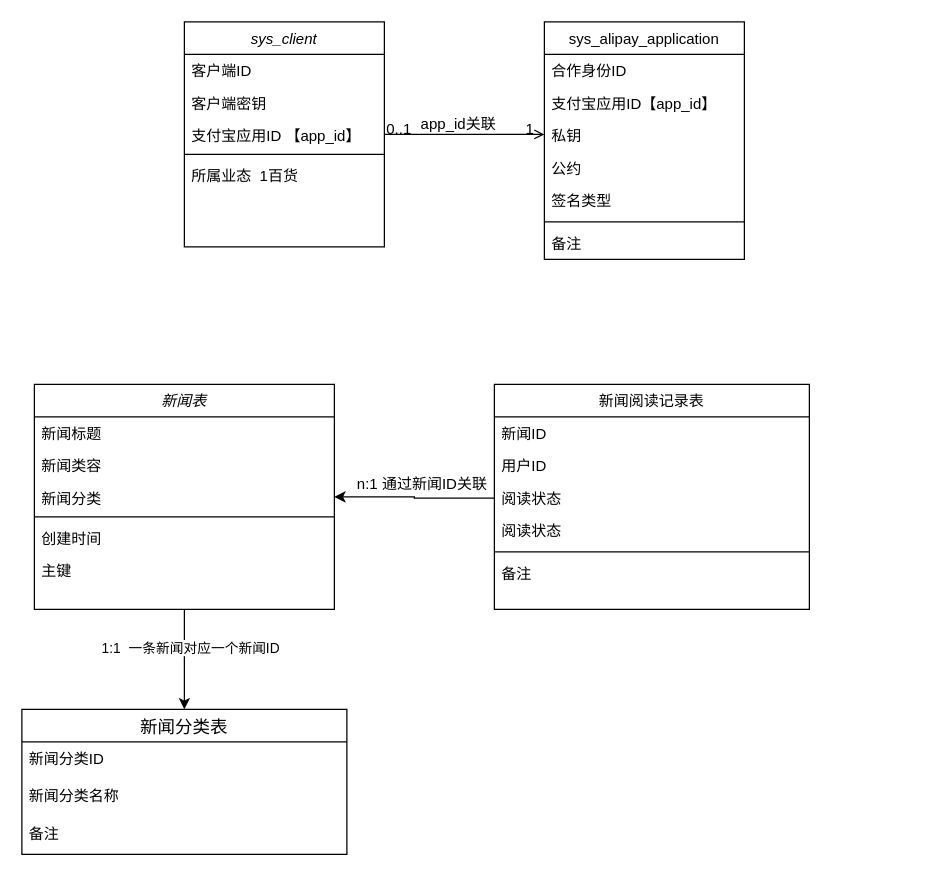
Before: Untitled Diagram.drawio in nayouzhenai/java_web, a draw.io diagram. Source tidied: cells renumbered, new cells numbered last; positions are measured from the earlier drawing's top-left corner, leaving out a move shared by most shapes. Both pictures are drawn from the tidied source at 125%, with x=0, y=0 at pixel (21, 21).
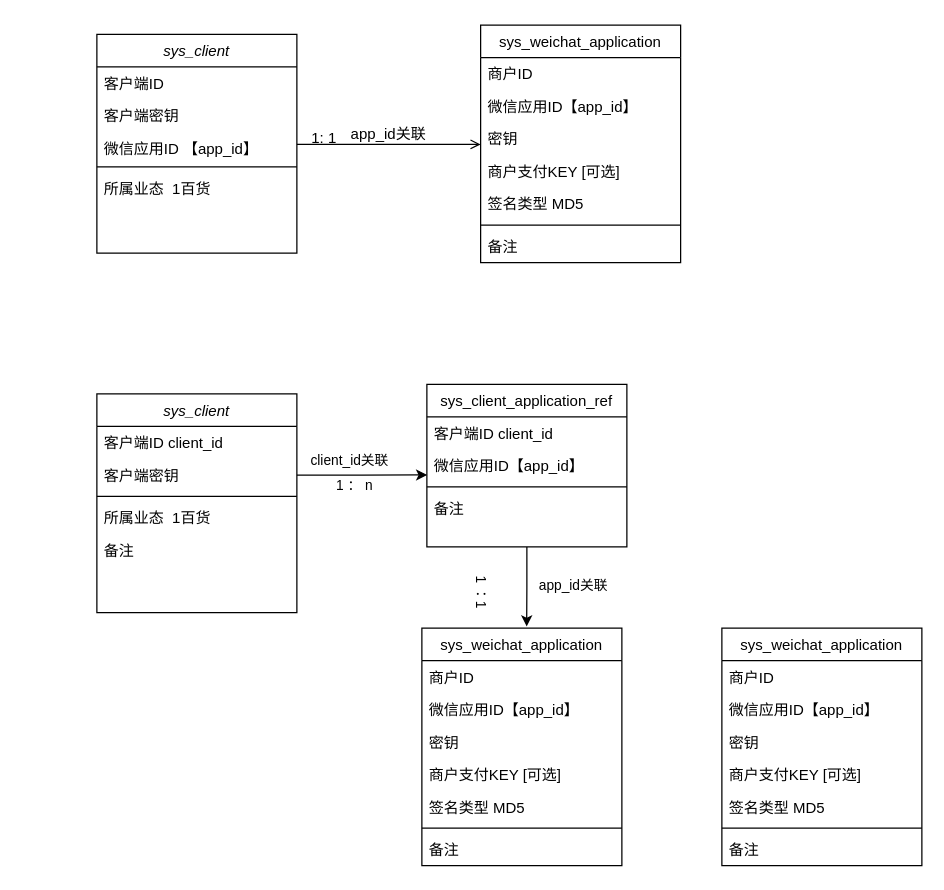
The same page after the edit.

Unchanged cells that the change refers to:
```xml
<mxCell id="16" style="endArrow=open;shadow=0;strokeWidth=1;rounded=0;endFill=1;edgeStyle=elbowEdgeStyle;elbow=vertical;" parent="1" edge="1" source="2" target="8">
  <mxGeometry x="0.5" y="41" relative="1" as="geometry">
    <mxPoint x="-40" y="32" as="offset" />
  </mxGeometry>
</mxCell>
```

Change to the diagram source:
```diff
@@
     <mxCell id="2" value="sys_client" style="swimlane;fontStyle=2;align=center;verticalAlign=top;horizontal=1;startSize=26;rounded=0;shadow=0;strokeWidth=1;" parent="1" vertex="1">
-      <mxGeometry x="130" width="160" height="180" as="geometry" />
+      <mxGeometry x="60" y="10" width="160" height="175" as="geometry" />
     </mxCell>
@@
-    <mxCell id="5" value="支付宝应用ID 【app_id】" style="text;align=left;verticalAlign=top;spacingLeft=4;spacingRight=4;overflow=hidden;rounded=0;shadow=0;html=0;" parent="2" vertex="1">
+    <mxCell id="5" value="微信应用ID 【app_id】" style="text;align=left;verticalAlign=top;spacingLeft=4;spacingRight=4;overflow=hidden;rounded=0;shadow=0;html=0;" parent="2" vertex="1">
       <mxGeometry y="78" width="160" height="24" as="geometry" />
     </mxCell>
@@
-    <mxCell id="8" value="sys_alipay_application" style="swimlane;fontStyle=0;align=center;verticalAlign=top;horizontal=1;startSize=26;rounded=0;shadow=0;strokeWidth=1;" parent="1" vertex="1">
-      <mxGeometry x="418" width="160" height="190" as="geometry" />
+    <mxCell id="8" value="sys_weichat_application" style="swimlane;fontStyle=0;align=center;verticalAlign=top;horizontal=1;startSize=26;rounded=0;shadow=0;strokeWidth=1;" parent="1" vertex="1">
+      <mxGeometry x="367" y="2.5" width="160" height="190" as="geometry" />
     </mxCell>
-    <mxCell id="9" value="合作身份ID" style="text;align=left;verticalAlign=top;spacingLeft=4;spacingRight=4;overflow=hidden;" parent="8" vertex="1">
+    <mxCell id="9" value="商户ID" style="text;align=left;verticalAlign=top;spacingLeft=4;spacingRight=4;overflow=hidden;" parent="8" vertex="1">
       <mxGeometry y="26" width="160" height="26" as="geometry" />
     </mxCell>
-    <mxCell id="10" value="支付宝应用ID【app_id】" style="text;align=left;verticalAlign=top;spacingLeft=4;spacingRight=4;overflow=hidden;rounded=0;shadow=0;html=0;" parent="8" vertex="1">
+    <mxCell id="10" value="微信应用ID【app_id】" style="text;align=left;verticalAlign=top;spacingLeft=4;spacingRight=4;overflow=hidden;rounded=0;shadow=0;html=0;" parent="8" vertex="1">
       <mxGeometry y="52" width="160" height="26" as="geometry" />
     </mxCell>
-    <mxCell id="11" value="私钥" style="text;align=left;verticalAlign=top;spacingLeft=4;spacingRight=4;overflow=hidden;rounded=0;shadow=0;html=0;" parent="8" vertex="1">
+    <mxCell id="11" value="密钥" style="text;align=left;verticalAlign=top;spacingLeft=4;spacingRight=4;overflow=hidden;rounded=0;shadow=0;html=0;" parent="8" vertex="1">
       <mxGeometry y="78" width="160" height="26" as="geometry" />
     </mxCell>
-    <mxCell id="12" value="公约 " style="text;align=left;verticalAlign=top;spacingLeft=4;spacingRight=4;overflow=hidden;rounded=0;shadow=0;html=0;" parent="8" vertex="1">
+    <mxCell id="12" value="商户支付KEY [可选]" style="text;align=left;verticalAlign=top;spacingLeft=4;spacingRight=4;overflow=hidden;rounded=0;shadow=0;html=0;" parent="8" vertex="1">
       <mxGeometry y="104" width="160" height="26" as="geometry" />
     </mxCell>
-    <mxCell id="13" value="签名类型" style="text;align=left;verticalAlign=top;spacingLeft=4;spacingRight=4;overflow=hidden;rounded=0;shadow=0;html=0;" parent="8" vertex="1">
+    <mxCell id="13" value="签名类型 MD5" style="text;align=left;verticalAlign=top;spacingLeft=4;spacingRight=4;overflow=hidden;rounded=0;shadow=0;html=0;" parent="8" vertex="1">
       <mxGeometry y="130" width="160" height="26" as="geometry" />
     </mxCell>
@@
-    <mxCell id="17" value="0..1" style="align=left;verticalAlign=bottom;labelBackgroundColor=none;fontSize=12;" parent="16" vertex="1">
+    <mxCell id="17" value="1: 1 " style="align=left;verticalAlign=bottom;labelBackgroundColor=none;fontSize=12;" parent="16" vertex="1">
       <mxGeometry x="-1" relative="1" as="geometry">
-        <mxPoint y="4" as="offset" />
+        <mxPoint x="10" y="3" as="offset" />
       </mxGeometry>
     </mxCell>
-    <mxCell id="18" value="1" style="align=right;verticalAlign=bottom;labelBackgroundColor=none;fontSize=12;" parent="16" vertex="1">
-      <mxGeometry x="1" relative="1" as="geometry">
-        <mxPoint x="-7" y="4" as="offset" />
-      </mxGeometry>
-    </mxCell>
@@
-    <mxCell id="20" style="edgeStyle=orthogonalEdgeStyle;rounded=0;jettySize=auto;html=1;" parent="1" edge="1" source="22" target="36">
-      <mxGeometry relative="1" as="geometry" />
-    </mxCell>
-    <mxCell id="21" value="1:1&amp;nbsp; 一条新闻对应一个新闻ID" style="edgeLabel;html=1;align=center;verticalAlign=middle;" parent="20" vertex="1">
-      <mxGeometry x="-0.26" y="4" relative="1" as="geometry" />
-    </mxCell>
-    <mxCell id="22" value="新闻表" style="swimlane;fontStyle=2;align=center;verticalAlign=top;horizontal=1;startSize=26;rounded=0;shadow=0;strokeWidth=1;" parent="1" vertex="1">
-      <mxGeometry x="10" y="290" width="240" height="180" as="geometry" />
-    </mxCell>
-    <mxCell id="23" value="新闻标题" style="text;align=left;verticalAlign=top;spacingLeft=4;spacingRight=4;overflow=hidden;" parent="22" vertex="1">
-      <mxGeometry y="26" width="240" height="26" as="geometry" />
-    </mxCell>
-    <mxCell id="24" value="新闻类容" style="text;align=left;verticalAlign=top;spacingLeft=4;spacingRight=4;overflow=hidden;rounded=0;shadow=0;html=0;" parent="22" vertex="1">
-      <mxGeometry y="52" width="240" height="26" as="geometry" />
-    </mxCell>
-    <mxCell id="25" value="新闻分类" style="text;align=left;verticalAlign=top;spacingLeft=4;spacingRight=4;overflow=hidden;points=[[0,0.5],[1,0.5]];portConstraint=eastwest;rounded=0;shadow=0;html=0;" parent="22" vertex="1">
-      <mxGeometry y="78" width="240" height="24" as="geometry" />
-    </mxCell>
-    <mxCell id="26" style="line;html=1;strokeWidth=1;align=left;verticalAlign=middle;spacingTop=-1;spacingLeft=3;spacingRight=3;labelPosition=right;" parent="22" vertex="1">
-      <mxGeometry y="102" width="240" height="8" as="geometry" />
-    </mxCell>
-    <mxCell id="27" value="创建时间" style="text;align=left;verticalAlign=top;spacingLeft=4;spacingRight=4;overflow=hidden;" parent="22" vertex="1">
-      <mxGeometry y="110" width="240" height="26" as="geometry" />
-    </mxCell>
-    <mxCell id="28" value="主键" style="text;align=left;verticalAlign=top;spacingLeft=4;spacingRight=4;overflow=hidden;rounded=0;shadow=0;html=0;" parent="22" vertex="1">
-      <mxGeometry y="136" width="240" height="24" as="geometry" />
-    </mxCell>
-    <mxCell id="29" value="新闻阅读记录表" style="swimlane;fontStyle=0;align=center;verticalAlign=top;horizontal=1;startSize=26;rounded=0;shadow=0;strokeWidth=1;" parent="1" vertex="1">
-      <mxGeometry x="378" y="290" width="252" height="180" as="geometry" />
-    </mxCell>
-    <mxCell id="30" value="新闻ID" style="text;align=left;verticalAlign=top;spacingLeft=4;spacingRight=4;overflow=hidden;" parent="29" vertex="1">
-      <mxGeometry y="26" width="252" height="26" as="geometry" />
-    </mxCell>
-    <mxCell id="31" value="用户ID" style="text;align=left;verticalAlign=top;spacingLeft=4;spacingRight=4;overflow=hidden;rounded=0;shadow=0;html=0;" parent="29" vertex="1">
-      <mxGeometry y="52" width="252" height="26" as="geometry" />
-    </mxCell>
-    <mxCell id="32" value="阅读状态" style="text;align=left;verticalAlign=top;spacingLeft=4;spacingRight=4;overflow=hidden;points=[[0,0.5],[1,0.5]];portConstraint=eastwest;rounded=0;shadow=0;html=0;" parent="29" vertex="1">
-      <mxGeometry y="78" width="252" height="26" as="geometry" />
-    </mxCell>
-    <mxCell id="33" value="阅读状态" style="text;align=left;verticalAlign=top;spacingLeft=4;spacingRight=4;overflow=hidden;rounded=0;shadow=0;html=0;" parent="29" vertex="1">
-      <mxGeometry y="104" width="252" height="26" as="geometry" />
-    </mxCell>
-    <mxCell id="34" style="line;html=1;strokeWidth=1;align=left;verticalAlign=middle;spacingTop=-1;spacingLeft=3;spacingRight=3;labelPosition=right;" parent="29" vertex="1">
-      <mxGeometry y="130" width="252" height="8" as="geometry" />
-    </mxCell>
-    <mxCell id="35" value="备注" style="text;align=left;verticalAlign=top;spacingLeft=4;spacingRight=4;overflow=hidden;" parent="29" vertex="1">
-      <mxGeometry y="138" width="252" height="26" as="geometry" />
-    </mxCell>
-    <mxCell id="36" value="新闻分类表" style="swimlane;fontStyle=0;horizontal=1;startSize=26;align=center;fontSize=14;" parent="1" vertex="1">
-      <mxGeometry y="550" width="260" height="116" as="geometry" />
-    </mxCell>
-    <mxCell id="37" value="新闻分类ID" style="text;strokeColor=none;fillColor=none;spacingLeft=4;spacingRight=4;overflow=hidden;fontSize=12;" parent="36" vertex="1">
-      <mxGeometry y="26" width="260" height="30" as="geometry" />
-    </mxCell>
-    <mxCell id="38" value="新闻分类名称" style="text;strokeColor=none;fillColor=none;spacingLeft=4;spacingRight=4;overflow=hidden;fontSize=12;" parent="36" vertex="1">
-      <mxGeometry y="56" width="260" height="30" as="geometry" />
-    </mxCell>
-    <mxCell id="39" value="备注" style="text;strokeColor=none;fillColor=none;spacingLeft=4;spacingRight=4;overflow=hidden;fontSize=12;" parent="36" vertex="1">
-      <mxGeometry y="86" width="260" height="30" as="geometry" />
-    </mxCell>
-    <mxCell id="40" style="edgeStyle=orthogonalEdgeStyle;rounded=0;jettySize=auto;html=1;entryX=1;entryY=0.5;entryDx=0;entryDy=0;" parent="1" edge="1" source="32" target="25">
-      <mxGeometry relative="1" as="geometry" />
-    </mxCell>
-    <mxCell id="41" value="n:1 通过新闻ID关联" style="text;html=1;align=center;verticalAlign=middle;strokeColor=none;fillColor=none;" parent="1" vertex="1">
-      <mxGeometry x="260" y="360" width="120" height="20" as="geometry" />
-    </mxCell>
+    <mxCell id="42" style="edgeStyle=orthogonalEdgeStyle;rounded=0;jettySize=auto;html=1;entryX=0.524;entryY=-0.007;entryDx=0;entryDy=0;entryPerimeter=0;" parent="1" edge="1" source="43" target="57">
+      <mxGeometry relative="1" as="geometry" />
+    </mxCell>
+    <mxCell id="43" value="sys_client_application_ref" style="swimlane;fontStyle=0;align=center;verticalAlign=top;horizontal=1;startSize=26;rounded=0;shadow=0;strokeWidth=1;" parent="1" vertex="1">
+      <mxGeometry x="324" y="290" width="160" height="130" as="geometry" />
+    </mxCell>
+    <mxCell id="44" value="客户端ID client_id" style="text;align=left;verticalAlign=top;spacingLeft=4;spacingRight=4;overflow=hidden;" parent="43" vertex="1">
+      <mxGeometry y="26" width="160" height="26" as="geometry" />
+    </mxCell>
+    <mxCell id="45" value="微信应用ID【app_id】" style="text;align=left;verticalAlign=top;spacingLeft=4;spacingRight=4;overflow=hidden;points=[[0,0.5],[1,0.5]];portConstraint=eastwest;rounded=0;shadow=0;html=0;" parent="43" vertex="1">
+      <mxGeometry y="52" width="160" height="26" as="geometry" />
+    </mxCell>
+    <mxCell id="46" style="line;html=1;strokeWidth=1;align=left;verticalAlign=middle;spacingTop=-1;spacingLeft=3;spacingRight=3;labelPosition=right;" parent="43" vertex="1">
+      <mxGeometry y="78" width="160" height="8" as="geometry" />
+    </mxCell>
+    <mxCell id="47" value="备注" style="text;align=left;verticalAlign=top;spacingLeft=4;spacingRight=4;overflow=hidden;" parent="43" vertex="1">
+      <mxGeometry y="86" width="160" height="26" as="geometry" />
+    </mxCell>
+    <mxCell id="48" value="sys_client" style="swimlane;fontStyle=2;align=center;verticalAlign=top;horizontal=1;startSize=26;rounded=0;shadow=0;strokeWidth=1;" parent="1" vertex="1">
+      <mxGeometry x="60" y="297.5" width="160" height="175" as="geometry" />
+    </mxCell>
+    <mxCell id="49" value="客户端ID client_id" style="text;align=left;verticalAlign=top;spacingLeft=4;spacingRight=4;overflow=hidden;" parent="48" vertex="1">
+      <mxGeometry y="26" width="160" height="26" as="geometry" />
+    </mxCell>
+    <mxCell id="50" value="客户端密钥" style="text;align=left;verticalAlign=top;spacingLeft=4;spacingRight=4;overflow=hidden;points=[[0,0.5],[1,0.5]];portConstraint=eastwest;rounded=0;shadow=0;html=0;" parent="48" vertex="1">
+      <mxGeometry y="52" width="160" height="26" as="geometry" />
+    </mxCell>
+    <mxCell id="51" style="line;html=1;strokeWidth=1;align=left;verticalAlign=middle;spacingTop=-1;spacingLeft=3;spacingRight=3;labelPosition=right;" parent="48" vertex="1">
+      <mxGeometry y="78" width="160" height="8" as="geometry" />
+    </mxCell>
+    <mxCell id="52" value="所属业态  1百货" style="text;align=left;verticalAlign=top;spacingLeft=4;spacingRight=4;overflow=hidden;" parent="48" vertex="1">
+      <mxGeometry y="86" width="160" height="26" as="geometry" />
+    </mxCell>
+    <mxCell id="53" value="备注" style="text;align=left;verticalAlign=top;spacingLeft=4;spacingRight=4;overflow=hidden;" parent="48" vertex="1">
+      <mxGeometry y="112" width="160" height="26" as="geometry" />
+    </mxCell>
+    <mxCell id="54" style="edgeStyle=orthogonalEdgeStyle;rounded=0;jettySize=auto;html=1;entryX=0.002;entryY=0.786;entryDx=0;entryDy=0;entryPerimeter=0;" parent="1" edge="1" source="50" target="45">
+      <mxGeometry relative="1" as="geometry" />
+    </mxCell>
+    <mxCell id="55" value="1 ： n" style="edgeLabel;html=1;align=center;verticalAlign=middle;" parent="54" vertex="1">
+      <mxGeometry x="-0.3" y="-2" relative="1" as="geometry">
+        <mxPoint x="8" y="6" as="offset" />
+      </mxGeometry>
+    </mxCell>
+    <mxCell id="56" value="client_id关联" style="edgeLabel;html=1;align=center;verticalAlign=middle;" parent="54" vertex="1">
+      <mxGeometry x="0.25" y="-1" relative="1" as="geometry">
+        <mxPoint x="-23" y="-13" as="offset" />
+      </mxGeometry>
+    </mxCell>
+    <mxCell id="57" value="sys_weichat_application" style="swimlane;fontStyle=0;align=center;verticalAlign=top;horizontal=1;startSize=26;rounded=0;shadow=0;strokeWidth=1;" parent="1" vertex="1">
+      <mxGeometry x="320" y="485" width="160" height="190" as="geometry" />
+    </mxCell>
+    <mxCell id="58" value="商户ID" style="text;align=left;verticalAlign=top;spacingLeft=4;spacingRight=4;overflow=hidden;" parent="57" vertex="1">
+      <mxGeometry y="26" width="160" height="26" as="geometry" />
+    </mxCell>
+    <mxCell id="59" value="微信应用ID【app_id】" style="text;align=left;verticalAlign=top;spacingLeft=4;spacingRight=4;overflow=hidden;rounded=0;shadow=0;html=0;" parent="57" vertex="1">
+      <mxGeometry y="52" width="160" height="26" as="geometry" />
+    </mxCell>
+    <mxCell id="60" value="密钥" style="text;align=left;verticalAlign=top;spacingLeft=4;spacingRight=4;overflow=hidden;rounded=0;shadow=0;html=0;" parent="57" vertex="1">
+      <mxGeometry y="78" width="160" height="26" as="geometry" />
+    </mxCell>
+    <mxCell id="61" value="商户支付KEY [可选]" style="text;align=left;verticalAlign=top;spacingLeft=4;spacingRight=4;overflow=hidden;rounded=0;shadow=0;html=0;" parent="57" vertex="1">
+      <mxGeometry y="104" width="160" height="26" as="geometry" />
+    </mxCell>
+    <mxCell id="62" value="签名类型 MD5" style="text;align=left;verticalAlign=top;spacingLeft=4;spacingRight=4;overflow=hidden;rounded=0;shadow=0;html=0;" parent="57" vertex="1">
+      <mxGeometry y="130" width="160" height="26" as="geometry" />
+    </mxCell>
+    <mxCell id="63" style="line;html=1;strokeWidth=1;align=left;verticalAlign=middle;spacingTop=-1;spacingLeft=3;spacingRight=3;labelPosition=right;" parent="57" vertex="1">
+      <mxGeometry y="156" width="160" height="8" as="geometry" />
+    </mxCell>
+    <mxCell id="64" value="备注" style="text;align=left;verticalAlign=top;spacingLeft=4;spacingRight=4;overflow=hidden;" parent="57" vertex="1">
+      <mxGeometry y="164" width="160" height="26" as="geometry" />
+    </mxCell>
+    <mxCell id="65" value="app_id关联" style="edgeLabel;html=1;align=center;verticalAlign=middle;" parent="1" vertex="1">
+      <mxGeometry x="440" y="450" as="geometry" />
+    </mxCell>
+    <mxCell id="66" value="sys_weichat_application" style="swimlane;fontStyle=0;align=center;verticalAlign=top;horizontal=1;startSize=26;rounded=0;shadow=0;strokeWidth=1;" parent="1" vertex="1">
+      <mxGeometry x="560" y="485" width="160" height="190" as="geometry" />
+    </mxCell>
+    <mxCell id="67" value="商户ID" style="text;align=left;verticalAlign=top;spacingLeft=4;spacingRight=4;overflow=hidden;" parent="66" vertex="1">
+      <mxGeometry y="26" width="160" height="26" as="geometry" />
+    </mxCell>
+    <mxCell id="68" value="微信应用ID【app_id】" style="text;align=left;verticalAlign=top;spacingLeft=4;spacingRight=4;overflow=hidden;rounded=0;shadow=0;html=0;" parent="66" vertex="1">
+      <mxGeometry y="52" width="160" height="26" as="geometry" />
+    </mxCell>
+    <mxCell id="69" value="密钥" style="text;align=left;verticalAlign=top;spacingLeft=4;spacingRight=4;overflow=hidden;rounded=0;shadow=0;html=0;" parent="66" vertex="1">
+      <mxGeometry y="78" width="160" height="26" as="geometry" />
+    </mxCell>
+    <mxCell id="70" value="商户支付KEY [可选]" style="text;align=left;verticalAlign=top;spacingLeft=4;spacingRight=4;overflow=hidden;rounded=0;shadow=0;html=0;" parent="66" vertex="1">
+      <mxGeometry y="104" width="160" height="26" as="geometry" />
+    </mxCell>
+    <mxCell id="71" value="签名类型 MD5" style="text;align=left;verticalAlign=top;spacingLeft=4;spacingRight=4;overflow=hidden;rounded=0;shadow=0;html=0;" parent="66" vertex="1">
+      <mxGeometry y="130" width="160" height="26" as="geometry" />
+    </mxCell>
+    <mxCell id="72" style="line;html=1;strokeWidth=1;align=left;verticalAlign=middle;spacingTop=-1;spacingLeft=3;spacingRight=3;labelPosition=right;" parent="66" vertex="1">
+      <mxGeometry y="156" width="160" height="8" as="geometry" />
+    </mxCell>
+    <mxCell id="73" value="备注" style="text;align=left;verticalAlign=top;spacingLeft=4;spacingRight=4;overflow=hidden;" parent="66" vertex="1">
+      <mxGeometry y="164" width="160" height="26" as="geometry" />
+    </mxCell>
+    <mxCell id="74" value="1 ：1" style="edgeLabel;html=1;align=center;verticalAlign=middle;rotation=90;" parent="1" vertex="1">
+      <mxGeometry x="370" y="450" as="geometry">
+        <mxPoint x="5" y="1" as="offset" />
+      </mxGeometry>
+    </mxCell>
```
